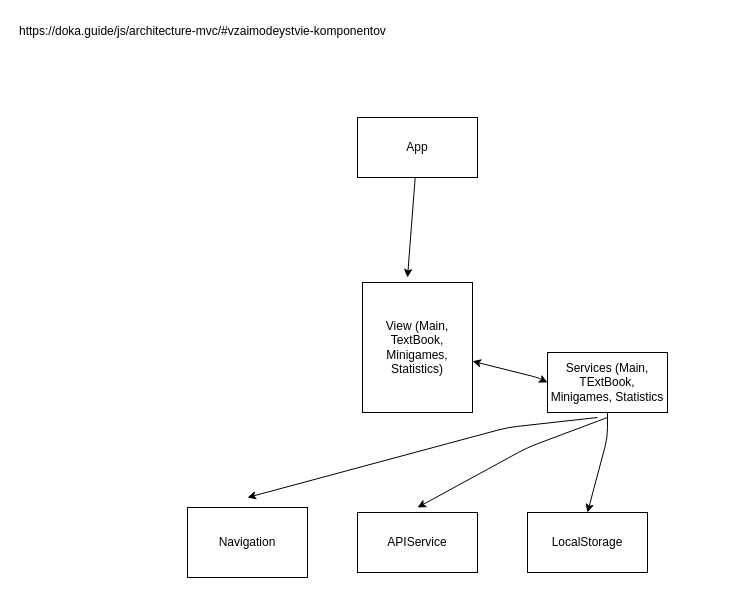
Earlier version of the draw.io diagram schemav2.drawio (Vonubat/rs-lang). Source tidied: cells renumbered, new cells numbered last; positions are measured from the earlier drawing's top-left corner, leaving out a move shared by most shapes. Both pictures are drawn from the tidied source at 100%, with x=0, y=0 at pixel (17, 17).
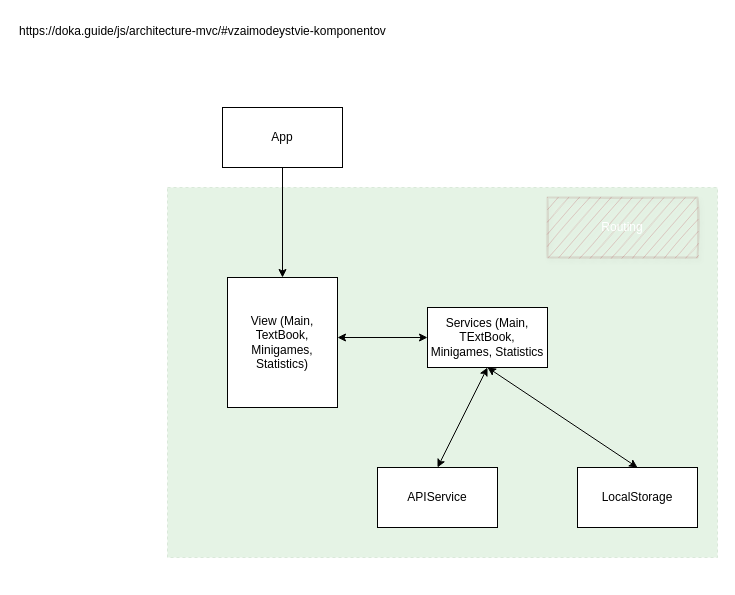
The same diagram, later.

Change to the diagram source:
```diff
@@
+    <mxCell id="14" style="rounded=0;whiteSpace=wrap;html=1;dashed=1;fillColor=#008a00;fontColor=#ffffff;strokeColor=#005700;opacity=10;" parent="1" vertex="1">
+      <mxGeometry x="150" y="170" width="550" height="370" as="geometry" />
+    </mxCell>
     <mxCell id="2" value="View (Main, TextBook, Minigames, Statistics)" style="rounded=0;whiteSpace=wrap;html=1;" parent="1" vertex="1">
-      <mxGeometry x="345" y="265" width="110" height="130" as="geometry" />
+      <mxGeometry x="210" y="260" width="110" height="130" as="geometry" />
     </mxCell>
-    <mxCell id="3" style="edgeStyle=none;html=1;entryX=0.5;entryY=0;entryDx=0;entryDy=0;" parent="1" edge="1" source="4" target="6">
-      <mxGeometry relative="1" as="geometry">
-        <Array as="points">
-          <mxPoint x="590" y="420" />
-        </Array>
-      </mxGeometry>
-    </mxCell>
     <mxCell id="4" value="Services (Main, TExtBook, Minigames, Statistics" style="rounded=0;whiteSpace=wrap;html=1;" parent="1" vertex="1">
-      <mxGeometry x="530" y="335" width="120" height="60" as="geometry" />
+      <mxGeometry x="410" y="290" width="120" height="60" as="geometry" />
     </mxCell>
     <mxCell id="5" value="APIService" style="rounded=0;whiteSpace=wrap;html=1;" parent="1" vertex="1">
-      <mxGeometry x="340" y="495" width="120" height="60" as="geometry" />
+      <mxGeometry x="360" y="450" width="120" height="60" as="geometry" />
     </mxCell>
     <mxCell id="6" value="LocalStorage" style="rounded=0;whiteSpace=wrap;html=1;" parent="1" vertex="1">
-      <mxGeometry x="510" y="495" width="120" height="60" as="geometry" />
+      <mxGeometry x="560" y="450" width="120" height="60" as="geometry" />
     </mxCell>
-    <mxCell id="7" value="Navigation" style="rounded=0;whiteSpace=wrap;html=1;" parent="1" vertex="1">
-      <mxGeometry x="170" y="490" width="120" height="70" as="geometry" />
-    </mxCell>
-    <mxCell id="8" style="endArrow=classic;startArrow=classic;html=1;exitX=0;exitY=0.5;exitDx=0;exitDy=0;" parent="1" edge="1" source="4" target="2">
+    <mxCell id="8" style="endArrow=classic;startArrow=classic;html=1;exitX=0;exitY=0.5;exitDx=0;exitDy=0;" parent="1" edge="1" source="4">
       <mxGeometry relative="1" as="geometry">
-        <Array as="points">
-          <mxPoint x="520" y="360" />
-        </Array>
+        <mxPoint x="320" y="320" as="targetPoint" />
       </mxGeometry>
     </mxCell>
     <mxCell id="9" value="App" style="rounded=0;whiteSpace=wrap;html=1;" parent="1" vertex="1">
-      <mxGeometry x="340" y="100" width="120" height="60" as="geometry" />
+      <mxGeometry x="205" y="90" width="120" height="60" as="geometry" />
     </mxCell>
-    <mxCell id="10" style="endArrow=classic;html=1;" parent="1" edge="1" source="9">
-      <mxGeometry relative="1" as="geometry">
-        <mxPoint x="390" y="260" as="targetPoint" />
-      </mxGeometry>
+    <mxCell id="10" style="endArrow=classic;html=1;entryX=0.5;entryY=0;entryDx=0;entryDy=0;" parent="1" edge="1" source="9" target="2">
+      <mxGeometry relative="1" as="geometry" />
     </mxCell>
@@
-    <mxCell id="12" style="edgeStyle=none;html=1;" parent="1" edge="1">
-      <mxGeometry relative="1" as="geometry">
-        <mxPoint x="590" y="400" as="sourcePoint" />
-        <mxPoint x="400" y="490" as="targetPoint" />
-        <Array as="points">
-          <mxPoint x="510" y="430" />
-        </Array>
-      </mxGeometry>
-    </mxCell>
-    <mxCell id="13" style="edgeStyle=none;html=1;" parent="1" edge="1">
-      <mxGeometry relative="1" as="geometry">
-        <mxPoint x="580" y="400" as="sourcePoint" />
-        <mxPoint x="230" y="480" as="targetPoint" />
-        <Array as="points">
-          <mxPoint x="490" y="410" />
-        </Array>
-      </mxGeometry>
-    </mxCell>
+    <mxCell id="15" style="endArrow=classic;startArrow=classic;html=1;entryX=0.5;entryY=1;entryDx=0;entryDy=0;exitX=0.5;exitY=0;exitDx=0;exitDy=0;" parent="1" edge="1" source="5" target="4">
+      <mxGeometry relative="1" as="geometry" />
+    </mxCell>
+    <mxCell id="16" style="endArrow=classic;startArrow=classic;html=1;entryX=0.5;entryY=1;entryDx=0;entryDy=0;exitX=0.5;exitY=0;exitDx=0;exitDy=0;" parent="1" edge="1" source="6" target="4">
+      <mxGeometry relative="1" as="geometry" />
+    </mxCell>
+    <mxCell id="17" value="Routing" style="text;html=1;align=center;verticalAlign=middle;whiteSpace=wrap;rounded=0;opacity=10;strokeWidth=2;strokeColor=#6F0000;perimeterSpacing=2;shadow=1;fillColor=#a20025;fontColor=#ffffff;sketch=1;" parent="1" vertex="1">
+      <mxGeometry x="530" y="180" width="150" height="60" as="geometry" />
+    </mxCell>
```
